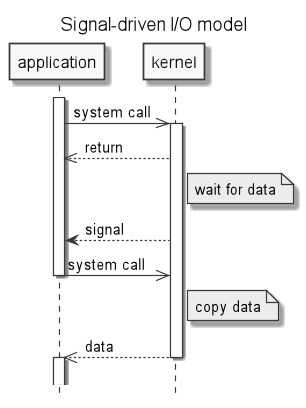
Earlier version of the PlantUML export .images/signal_driven_IO_model.png (c0p4c4b4n4/demo-sockets-io-nio-nio2).
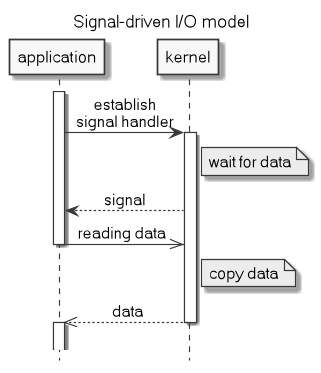
After the commit.

Change to the diagram source:
```diff
@@ -2,14 +2,16 @@
 title Signal-driven I/O model
 hide footbox
 skinparam monochrome true
-skinparam titleFontSize 16
+skinparam defaultFontName Microsoft Sans Serif
+skinparam titleFontSize 15
+
+skinparam sequenceMessageAlign center
 activate application
-application->>kernel: system call
+application->kernel: establish\nsignal handler
 activate kernel
-kernel-->>application: return
 Note right of kernel: wait for data
 kernel-->application: signal
-application->>kernel: system call
+application->>kernel: reading data
 deactivate application
 Note right of kernel: copy data
 kernel-->>application: data
```
